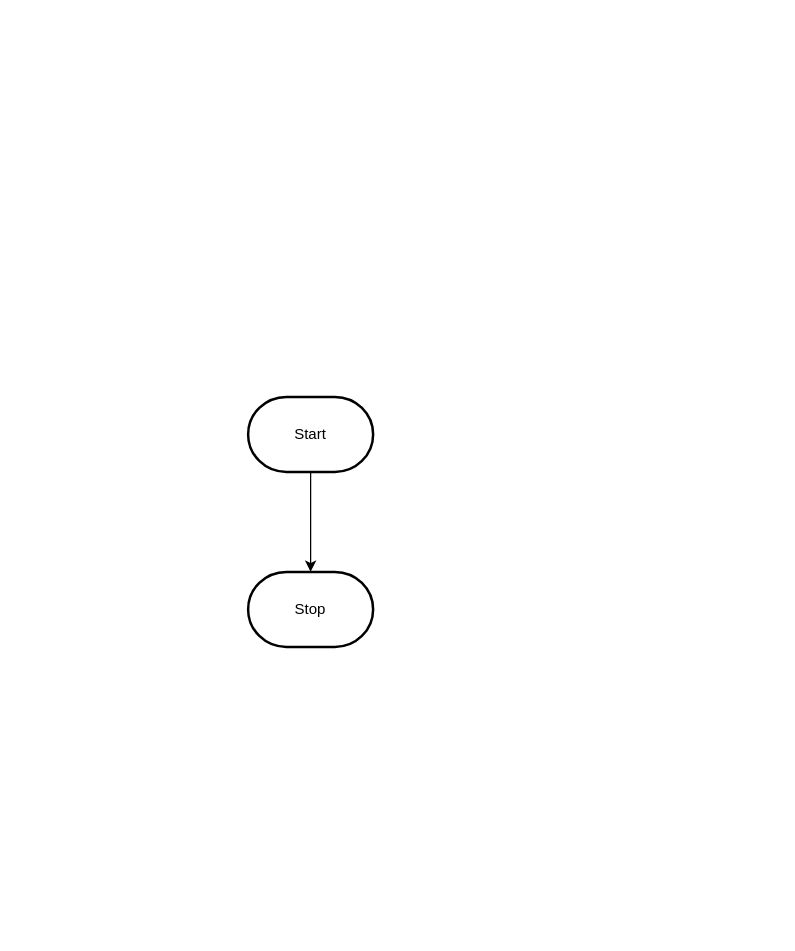
MTHS-ICS2O-2-2022/ICS2O-Unit-5-02-alyssia-fung keeps this draw.io diagram as design/flowchart.drawio. Above is the earlier version. Source tidied: cells renumbered, new cells numbered last; positions are measured from the earlier drawing's top-left corner, leaving out a move shared by most shapes. Both pictures are drawn from the tidied source at 125%, with x=0, y=0 at pixel (248, 396).
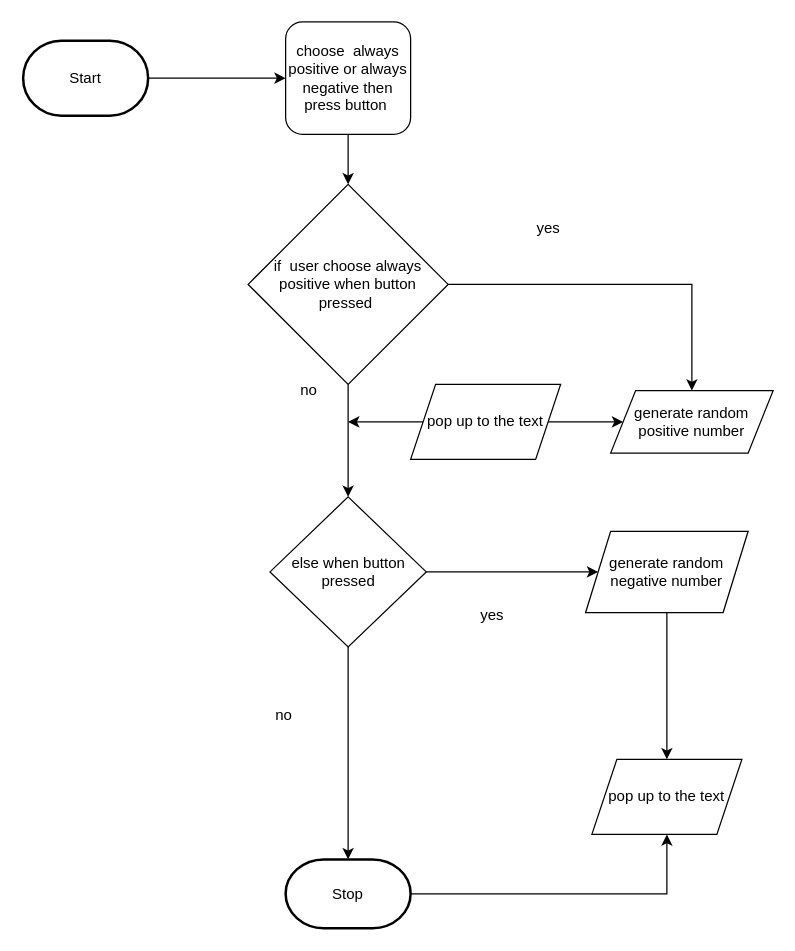
After the change.

What changed in the source:
```diff
@@
-    <mxCell id="2" style="edgeStyle=orthogonalEdgeStyle;html=1;rounded=0;" parent="1" edge="1" source="3" target="4">
-      <mxGeometry relative="1" as="geometry" />
-    </mxCell>
+    <mxCell id="5" style="edgeStyle=orthogonalEdgeStyle;rounded=0;html=1;entryX=0;entryY=0.5;entryDx=0;entryDy=0;" parent="1" edge="1" source="3" target="8">
+      <mxGeometry relative="1" as="geometry" />
+    </mxCell>
     <mxCell id="3" value="Start" style="strokeWidth=2;html=1;shape=mxgraph.flowchart.terminator;whiteSpace=wrap;" parent="1" vertex="1">
-      <mxGeometry width="100" height="60" as="geometry" />
+      <mxGeometry x="-180" y="-285" width="100" height="60" as="geometry" />
     </mxCell>
+    <mxCell id="6" style="edgeStyle=orthogonalEdgeStyle;rounded=0;html=1;entryX=0.5;entryY=1;entryDx=0;entryDy=0;fontSize=12;" parent="1" edge="1" source="4" target="25">
+      <mxGeometry relative="1" as="geometry" />
+    </mxCell>
     <mxCell id="4" value="Stop" style="strokeWidth=2;html=1;shape=mxgraph.flowchart.terminator;whiteSpace=wrap;" parent="1" vertex="1">
-      <mxGeometry y="140" width="100" height="60" as="geometry" />
+      <mxGeometry x="30" y="370" width="100" height="55" as="geometry" />
     </mxCell>
+    <mxCell id="7" style="edgeStyle=none;html=1;entryX=0.5;entryY=0;entryDx=0;entryDy=0;" parent="1" edge="1" source="8" target="11">
+      <mxGeometry relative="1" as="geometry" />
+    </mxCell>
+    <mxCell id="8" value="choose&amp;nbsp; always positive or always negative then press button&amp;nbsp;" style="rounded=1;whiteSpace=wrap;html=1;" parent="1" vertex="1">
+      <mxGeometry x="30" y="-300" width="100" height="90" as="geometry" />
+    </mxCell>
+    <mxCell id="9" style="edgeStyle=none;html=1;entryX=0.5;entryY=0;entryDx=0;entryDy=0;" parent="1" edge="1" source="11" target="14">
+      <mxGeometry relative="1" as="geometry" />
+    </mxCell>
+    <mxCell id="10" style="edgeStyle=orthogonalEdgeStyle;html=1;entryX=0.5;entryY=0;entryDx=0;entryDy=0;rounded=0;" parent="1" edge="1" source="11" target="16">
+      <mxGeometry relative="1" as="geometry" />
+    </mxCell>
+    <mxCell id="11" value="&lt;font style=&quot;font-size: 12px;&quot;&gt;if&amp;nbsp; user choose always positive when button pressed&amp;nbsp;&lt;/font&gt;" style="rhombus;whiteSpace=wrap;html=1;" parent="1" vertex="1">
+      <mxGeometry y="-170" width="160" height="160" as="geometry" />
+    </mxCell>
+    <mxCell id="12" style="edgeStyle=orthogonalEdgeStyle;rounded=0;html=1;entryX=0.5;entryY=0;entryDx=0;entryDy=0;entryPerimeter=0;fontSize=12;" parent="1" edge="1" source="14" target="4">
+      <mxGeometry relative="1" as="geometry" />
+    </mxCell>
+    <mxCell id="13" style="edgeStyle=orthogonalEdgeStyle;rounded=0;html=1;entryX=0;entryY=0.5;entryDx=0;entryDy=0;fontSize=12;" parent="1" edge="1" source="14" target="19">
+      <mxGeometry relative="1" as="geometry" />
+    </mxCell>
+    <mxCell id="14" value="else when button pressed" style="rhombus;whiteSpace=wrap;html=1;" parent="1" vertex="1">
+      <mxGeometry x="17.5" y="80" width="125" height="120" as="geometry" />
+    </mxCell>
+    <mxCell id="15" value="no&amp;nbsp;" style="text;html=1;align=center;verticalAlign=middle;strokeColor=none;fillColor=none;" parent="1" vertex="1">
+      <mxGeometry x="30" y="-20" width="40" height="30" as="geometry" />
+    </mxCell>
+    <mxCell id="16" value="generate random positive number" style="shape=parallelogram;perimeter=parallelogramPerimeter;whiteSpace=wrap;html=1;fixedSize=1;" parent="1" vertex="1">
+      <mxGeometry x="290" y="-5" width="130" height="50" as="geometry" />
+    </mxCell>
+    <mxCell id="17" value="yes" style="text;html=1;align=center;verticalAlign=middle;strokeColor=none;fillColor=none;" parent="1" vertex="1">
+      <mxGeometry x="220" y="-150" width="40" height="30" as="geometry" />
+    </mxCell>
+    <mxCell id="18" style="edgeStyle=orthogonalEdgeStyle;rounded=0;html=1;entryX=0.5;entryY=0;entryDx=0;entryDy=0;fontSize=12;" parent="1" edge="1" source="19" target="25">
+      <mxGeometry relative="1" as="geometry" />
+    </mxCell>
+    <mxCell id="19" value="generate random negative number" style="shape=parallelogram;perimeter=parallelogramPerimeter;whiteSpace=wrap;html=1;fixedSize=1;" parent="1" vertex="1">
+      <mxGeometry x="270" y="107.5" width="130" height="65" as="geometry" />
+    </mxCell>
+    <mxCell id="20" value="no&amp;nbsp;" style="text;html=1;align=center;verticalAlign=middle;strokeColor=none;fillColor=none;" parent="1" vertex="1">
+      <mxGeometry x="10" y="240" width="40" height="30" as="geometry" />
+    </mxCell>
+    <mxCell id="21" value="yes" style="text;html=1;align=center;verticalAlign=middle;strokeColor=none;fillColor=none;" parent="1" vertex="1">
+      <mxGeometry x="175" y="160" width="40" height="30" as="geometry" />
+    </mxCell>
+    <mxCell id="22" style="edgeStyle=orthogonalEdgeStyle;rounded=0;html=1;fontSize=12;" parent="1" edge="1" source="24">
+      <mxGeometry relative="1" as="geometry">
+        <mxPoint x="80" y="20" as="targetPoint" />
+      </mxGeometry>
+    </mxCell>
+    <mxCell id="23" style="edgeStyle=orthogonalEdgeStyle;rounded=0;html=1;fontSize=12;" parent="1" edge="1" source="24" target="16">
+      <mxGeometry relative="1" as="geometry" />
+    </mxCell>
+    <mxCell id="24" value="pop up to the text" style="shape=parallelogram;perimeter=parallelogramPerimeter;whiteSpace=wrap;html=1;fixedSize=1;fontSize=12;" parent="1" vertex="1">
+      <mxGeometry x="130" y="-10" width="120" height="60" as="geometry" />
+    </mxCell>
+    <mxCell id="25" value="pop up to the text" style="shape=parallelogram;perimeter=parallelogramPerimeter;whiteSpace=wrap;html=1;fixedSize=1;fontSize=12;" parent="1" vertex="1">
+      <mxGeometry x="275" y="290" width="120" height="60" as="geometry" />
+    </mxCell>
```
